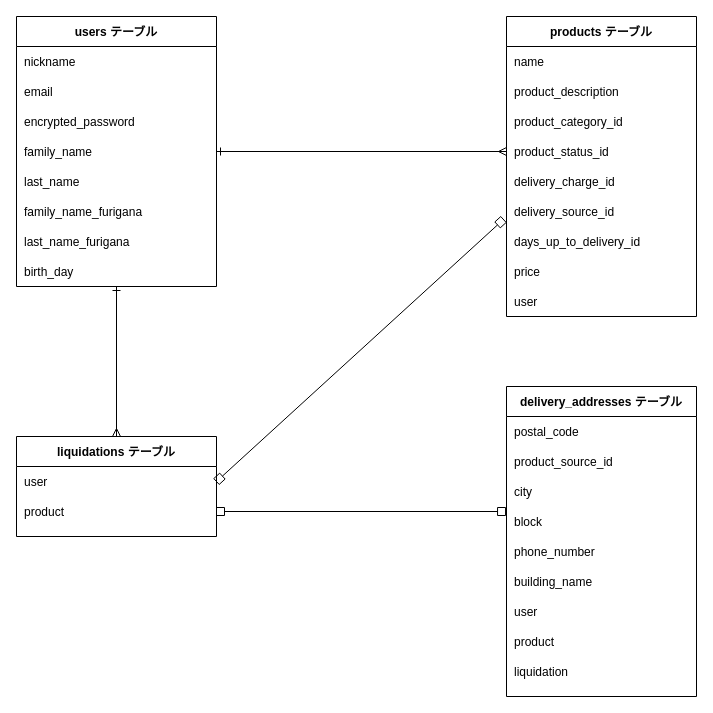
The draw.io diagram er.dio in mujin-pro/furima-35159, before the edit. Source tidied: cells renumbered, new cells numbered last; positions are measured from the earlier drawing's top-left corner, leaving out a move shared by most shapes. Both pictures are drawn from the tidied source at 100%, with x=0, y=0 at pixel (16, 16).
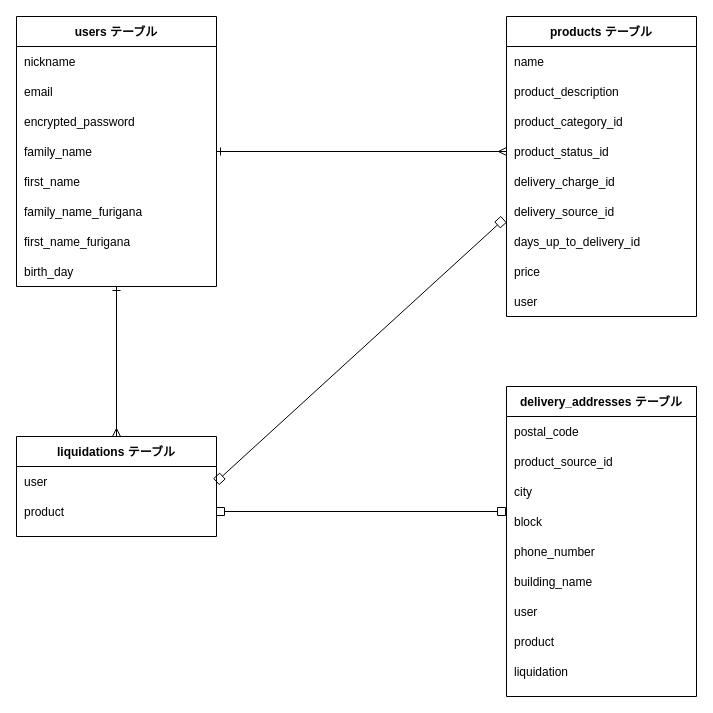
The same page after the edit.

The change refers to these unchanged cells:
```xml
<mxCell id="11" style="shape=partialRectangle;fillColor=none;top=0;left=0;bottom=0;right=0;" parent="2" vertex="1">
  <mxGeometry y="150" width="200" height="30" as="geometry" />
</mxCell>
<mxCell id="15" style="shape=partialRectangle;fillColor=none;top=0;left=0;bottom=0;right=0;" parent="2" vertex="1">
  <mxGeometry y="210" width="200" height="30" as="geometry" />
</mxCell>
```

Diff of the diagram source:
```diff
@@
-    <mxCell id="12" value="last_name" style="shape=partialRectangle;fillColor=none;top=0;left=0;bottom=0;right=0;align=left;spacingLeft=6;overflow=hidden;" parent="11" vertex="1">
+    <mxCell id="12" value="first_name" style="shape=partialRectangle;fillColor=none;top=0;left=0;bottom=0;right=0;align=left;spacingLeft=6;overflow=hidden;" parent="11" vertex="1">
       <mxGeometry width="200" height="30" as="geometry" />
     </mxCell>
@@
-    <mxCell id="16" value="last_name_furigana" style="shape=partialRectangle;fillColor=none;top=0;left=0;bottom=0;right=0;align=left;spacingLeft=6;overflow=hidden;" parent="15" vertex="1">
+    <mxCell id="16" value="first_name_furigana" style="shape=partialRectangle;fillColor=none;top=0;left=0;bottom=0;right=0;align=left;spacingLeft=6;overflow=hidden;" parent="15" vertex="1">
       <mxGeometry width="200" height="30" as="geometry" />
     </mxCell>
```
